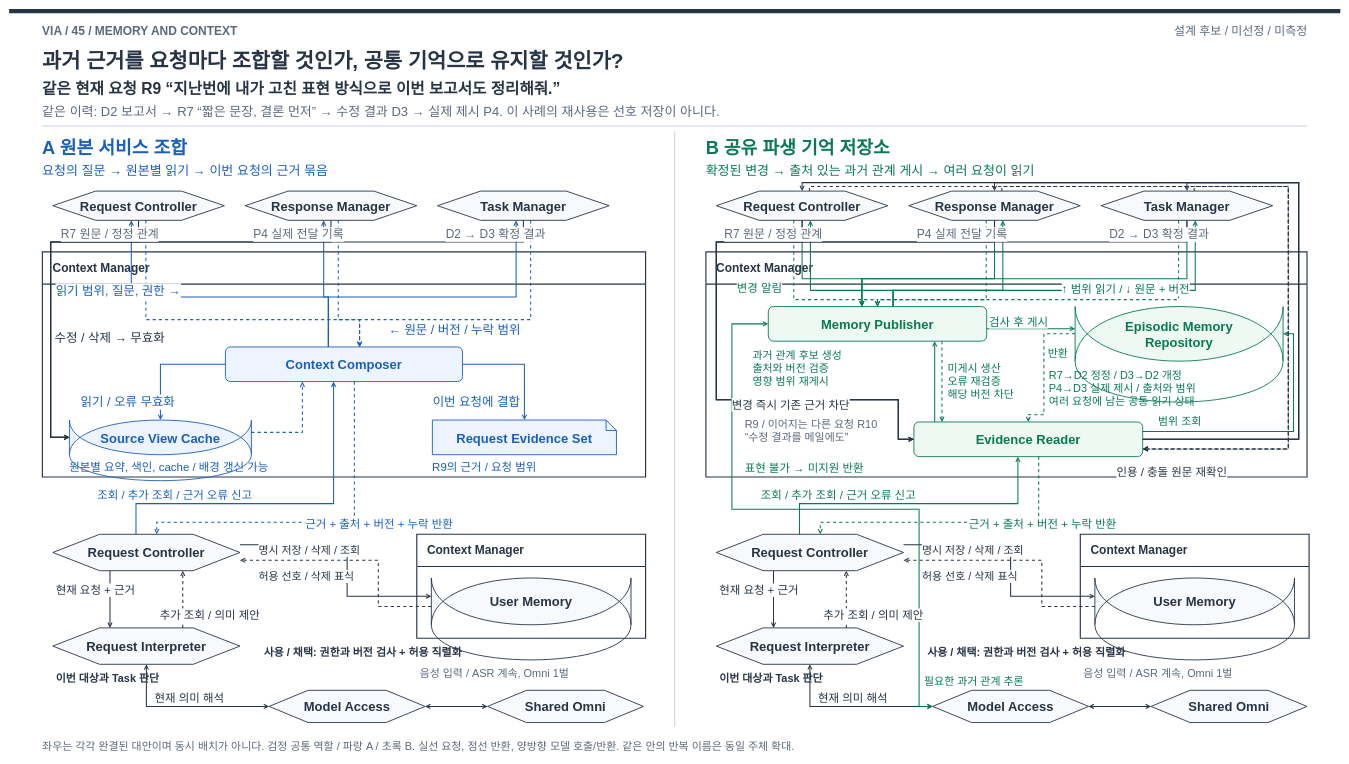
Earlier version of the draw.io diagram docs/architecture/12-decisions/decision-packages/diagrams/choice45-structure.drawio (cbyche/via-sw-architecture). Source tidied: cells renumbered, new cells numbered last; positions are measured from the earlier drawing's top-left corner, leaving out a move shared by most shapes. Both pictures are drawn from the tidied source at 52%, with x=0, y=0 at pixel (9, 9).
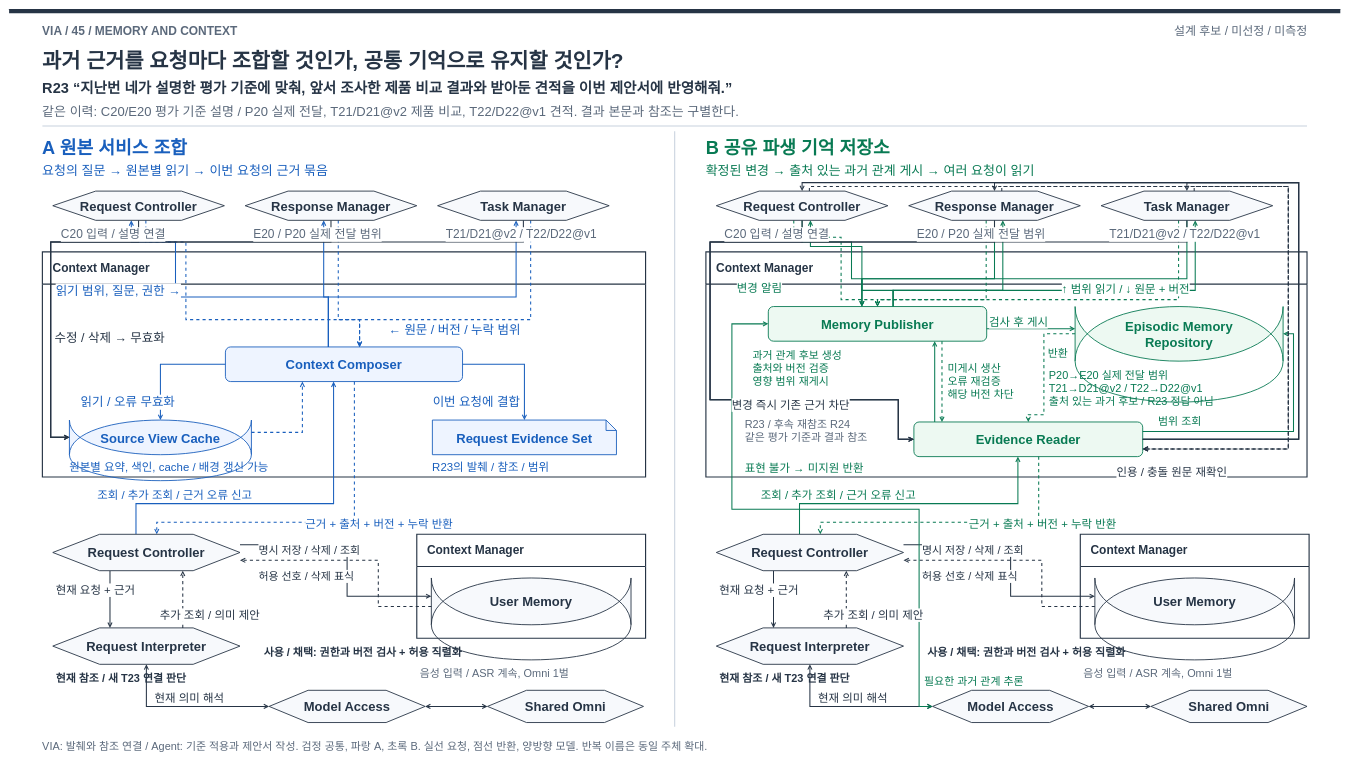
Above is the later version.

Unchanged cells that the change refers to:
```xml
<mxCell id="61" value="Request Controller" style="shape=hexagon;html=1;whiteSpace=wrap;align=center;verticalAlign=middle;fontSize=25;fontStyle=1;fillColor=#F7F9FC;strokeColor=#263445;fontColor=#263445;strokeWidth=1.7;" parent="1" vertex="1">
  <mxGeometry x="84" y="350" width="330" height="56.2" as="geometry" />
</mxCell>
<mxCell id="64" value="Request Controller" style="shape=hexagon;html=1;whiteSpace=wrap;align=center;verticalAlign=middle;fontSize=25;fontStyle=1;fillColor=#F7F9FC;strokeColor=#263445;fontColor=#263445;strokeWidth=1.7;" parent="1" vertex="1">
  <mxGeometry x="1360" y="350" width="330" height="56.2" as="geometry" />
</mxCell>
<mxCell id="65" value="Response Manager" style="shape=hexagon;html=1;whiteSpace=wrap;align=center;verticalAlign=middle;fontSize=25;fontStyle=1;fillColor=#F7F9FC;strokeColor=#263445;fontColor=#263445;strokeWidth=1.7;" parent="1" vertex="1">
  <mxGeometry x="1730" y="350" width="330" height="56.2" as="geometry" />
</mxCell>
<mxCell id="66" value="Task Manager" style="shape=hexagon;html=1;whiteSpace=wrap;align=center;verticalAlign=middle;fontSize=25;fontStyle=1;fillColor=#F7F9FC;strokeColor=#263445;fontColor=#263445;strokeWidth=1.7;" parent="1" vertex="1">
  <mxGeometry x="2100" y="350" width="330" height="56.2" as="geometry" />
</mxCell>
<mxCell id="67" value="Context Composer" style="rounded=1;arcSize=15;html=1;whiteSpace=wrap;align=center;verticalAlign=middle;fontSize=25;fontStyle=1;fillColor=#EEF4FF;strokeColor=#195FBD;fontColor=#195FBD;strokeWidth=1.7;" parent="3" vertex="1">
  <mxGeometry x="352" y="182.8" width="456" height="66.6" as="geometry" />
</mxCell>
<mxCell id="70" value="Memory Publisher" style="rounded=1;arcSize=15;html=1;whiteSpace=wrap;align=center;verticalAlign=middle;fontSize=25;fontStyle=1;fillColor=#EDF9F2;strokeColor=#087A53;fontColor=#087A53;strokeWidth=1.7;" parent="4" vertex="1">
  <mxGeometry x="120" y="105.1" width="420" height="66.6" as="geometry" />
</mxCell>
<mxCell id="72" value="Evidence Reader" style="rounded=1;arcSize=15;html=1;whiteSpace=wrap;align=center;verticalAlign=middle;fontSize=25;fontStyle=1;fillColor=#EDF9F2;strokeColor=#087A53;fontColor=#087A53;strokeWidth=1.7;" parent="4" vertex="1">
  <mxGeometry x="400" y="327.1" width="440" height="66.6" as="geometry" />
</mxCell>
```

The edit, as a diff of the source:
```diff
@@
     <mxCell id="8" style="edgeStyle=none;rounded=0;strokeColor=#195FBD;strokeWidth=2;endArrow=open;endFill=0;exitX=0.4342105263157895;exitY=0.0;exitPerimeter=0;entryX=0.4575757575757576;entryY=1.0000000000000002;entryPerimeter=0;" parent="1" edge="1" source="67" target="61">
       <mxGeometry relative="1" as="geometry">
         <Array as="points">
           <mxPoint x="614" y="553.5" />
-          <mxPoint x="235" y="553.5" />
+          <mxPoint x="320" y="553.5" />
+          <mxPoint x="320" y="447.7" />
+          <mxPoint x="235" y="447.7" />
         </Array>
       </mxGeometry>
     </mxCell>
     <mxCell id="9" style="edgeStyle=none;rounded=0;strokeColor=#195FBD;strokeWidth=2;endArrow=open;endFill=0;dashed=1;exitX=0.5424242424242425;exitY=1.0000000000000002;exitPerimeter=0;entryX=0.5657894736842105;entryY=0.0;entryPerimeter=0;" parent="1" edge="1" source="61" target="67">
       <mxGeometry relative="1" as="geometry">
         <Array as="points">
-          <mxPoint x="263" y="597.2" />
+          <mxPoint x="263" y="447.7" />
+          <mxPoint x="340" y="447.7" />
+          <mxPoint x="340" y="597.2" />
           <mxPoint x="674" y="597.2" />
         </Array>
       </mxGeometry>
     </mxCell>
@@
     <mxCell id="20" style="edgeStyle=none;rounded=0;strokeColor=#087A53;strokeWidth=2;endArrow=open;endFill=0;exitX=0.5;exitY=1.0000000000000002;exitPerimeter=0;entryX=0.42857142857142855;entryY=0.0;entryPerimeter=0;" parent="1" edge="1" source="64" target="70">
       <mxGeometry relative="1" as="geometry">
         <Array as="points">
-          <mxPoint x="1525" y="518.7" />
+          <mxPoint x="1525" y="447.7" />
+          <mxPoint x="1620" y="447.7" />
+          <mxPoint x="1620" y="518.7" />
           <mxPoint x="1640" y="518.7" />
         </Array>
       </mxGeometry>
     </mxCell>
     <mxCell id="21" style="edgeStyle=none;rounded=0;strokeColor=#087A53;strokeWidth=2;endArrow=open;endFill=0;exitX=0.5714285714285714;exitY=0.0;exitPerimeter=0;entryX=0.5484848484848485;entryY=1.0000000000000002;entryPerimeter=0;" parent="1" edge="1" source="70" target="64">
       <mxGeometry relative="1" as="geometry">
         <Array as="points">
           <mxPoint x="1700" y="540.9" />
-          <mxPoint x="1541" y="540.9" />
+          <mxPoint x="1640" y="540.9" />
+          <mxPoint x="1640" y="456.6" />
+          <mxPoint x="1541" y="456.6" />
         </Array>
       </mxGeometry>
     </mxCell>
     <mxCell id="22" style="edgeStyle=none;rounded=0;strokeColor=#087A53;strokeWidth=2;endArrow=open;endFill=0;dashed=1;exitX=0.45151515151515154;exitY=1.0000000000000002;exitPerimeter=0;entryX=0.5;entryY=0.0;entryPerimeter=0;" parent="1" edge="1" source="64" target="70">
       <mxGeometry relative="1" as="geometry">
         <Array as="points">
-          <mxPoint x="1509" y="558.7" />
+          <mxPoint x="1509" y="438.8" />
+          <mxPoint x="1600" y="438.8" />
+          <mxPoint x="1600" y="558.7" />
           <mxPoint x="1670" y="558.7" />
         </Array>
       </mxGeometry>
     </mxCell>
@@
     <mxCell id="40" style="edgeStyle=none;rounded=0;strokeColor=#263445;strokeWidth=2;endArrow=open;endFill=0;exitX=0.5;exitY=1.0000000000000002;exitPerimeter=0;entryX=0.0;entryY=0.49999999999999933;entryPerimeter=0;" parent="1" edge="1" source="64" target="72">
       <mxGeometry relative="1" as="geometry">
         <Array as="points">
           <mxPoint x="1525" y="447.7" />
-          <mxPoint x="1360" y="447.7" />
-          <mxPoint x="1360" y="751.1" />
+          <mxPoint x="1348" y="447.7" />
+          <mxPoint x="1348" y="751.1" />
           <mxPoint x="1710" y="751.1" />
           <mxPoint x="1710" y="827.3" />
         </Array>
       </mxGeometry>
     </mxCell>
     <mxCell id="41" style="edgeStyle=none;rounded=0;strokeColor=#263445;strokeWidth=2;endArrow=open;endFill=0;exitX=0.5;exitY=1.0000000000000002;exitPerimeter=0;entryX=0.0;entryY=0.49999999999999933;entryPerimeter=0;" parent="1" edge="1" source="65" target="72">
       <mxGeometry relative="1" as="geometry">
         <Array as="points">
           <mxPoint x="1895" y="447.7" />
-          <mxPoint x="1360" y="447.7" />
-          <mxPoint x="1360" y="751.1" />
+          <mxPoint x="1348" y="447.7" />
+          <mxPoint x="1348" y="751.1" />
           <mxPoint x="1710" y="751.1" />
           <mxPoint x="1710" y="827.3" />
         </Array>
       </mxGeometry>
     </mxCell>
     <mxCell id="42" style="edgeStyle=none;rounded=0;strokeColor=#263445;strokeWidth=2;endArrow=open;endFill=0;exitX=0.5;exitY=1.0000000000000002;exitPerimeter=0;entryX=0.0;entryY=0.49999999999999933;entryPerimeter=0;" parent="1" edge="1" source="66" target="72">
       <mxGeometry relative="1" as="geometry">
         <Array as="points">
           <mxPoint x="2265" y="447.7" />
-          <mxPoint x="1360" y="447.7" />
-          <mxPoint x="1360" y="751.1" />
+          <mxPoint x="1348" y="447.7" />
+          <mxPoint x="1348" y="751.1" />
           <mxPoint x="1710" y="751.1" />
           <mxPoint x="1710" y="827.3" />
         </Array>
       </mxGeometry>
     </mxCell>
@@
-    <mxCell id="86" value="같은 현재 요청 R9   “지난번에 내가 고친 표현 방식으로 이번 보고서도 정리해줘.”" style="text;html=1;whiteSpace=nowrap;overflow=visible;strokeColor=none;fillColor=none;labelBackgroundColor=none;fontColor=#263445;fontSize=30;fontStyle=1;align=left;verticalAlign=top;spacing=0;" parent="1" vertex="1">
-      <mxGeometry x="64" y="131" width="1242.8" height="46.5" as="geometry" />
+    <mxCell id="86" value="R23  “지난번 네가 설명한 평가 기준에 맞춰, 앞서 조사한 제품 비교 결과와 받아둔 견적을 이번 제안서에 반영해줘.”" style="text;html=1;whiteSpace=nowrap;overflow=visible;strokeColor=none;fillColor=none;labelBackgroundColor=none;fontColor=#263445;fontSize=28;fontStyle=1;align=left;verticalAlign=top;spacing=0;" parent="1" vertex="1">
+      <mxGeometry x="64" y="131" width="1628.6" height="43.8" as="geometry" />
     </mxCell>
-    <mxCell id="87" value="같은 이력: D2 보고서 → R7 “짧은 문장, 결론 먼저” → 수정 결과 D3 → 실제 제시 P4. 이 사례의 재사용은 선호 저장이 아니다." style="text;html=1;whiteSpace=nowrap;overflow=visible;strokeColor=none;fillColor=none;labelBackgroundColor=none;fontColor=#5B697B;fontSize=25;fontStyle=0;align=left;verticalAlign=top;spacing=0;" parent="1" vertex="1">
-      <mxGeometry x="64" y="178" width="1603" height="39.8" as="geometry" />
+    <mxCell id="87" value="같은 이력: C20/E20 평가 기준 설명 / P20 실제 전달, T21/D21@v2 제품 비교, T22/D22@v1 견적. 결과 본문과 참조는 구별한다." style="text;html=1;whiteSpace=nowrap;overflow=visible;strokeColor=none;fillColor=none;labelBackgroundColor=none;fontColor=#5B697B;fontSize=25;fontStyle=0;align=left;verticalAlign=top;spacing=0;" parent="1" vertex="1">
+      <mxGeometry x="64" y="178" width="1645" height="39.8" as="geometry" />
     </mxCell>
@@
-    <mxCell id="92" value="R7 원문 / 정정 관계" style="text;html=1;whiteSpace=nowrap;overflow=visible;strokeColor=none;fillColor=none;labelBackgroundColor=white;fontColor=#5B697B;fontSize=23;fontStyle=0;align=left;verticalAlign=top;spacing=0;" parent="1" vertex="1">
-      <mxGeometry x="100" y="415.1" width="245.8" height="37" as="geometry" />
+    <mxCell id="92" value="C20 입력 / 설명 연결" style="text;html=1;whiteSpace=nowrap;overflow=visible;strokeColor=none;fillColor=none;labelBackgroundColor=white;fontColor=#5B697B;fontSize=23;fontStyle=0;align=left;verticalAlign=top;spacing=0;" parent="1" vertex="1">
+      <mxGeometry x="100" y="415.1" width="260.1" height="37" as="geometry" />
     </mxCell>
-    <mxCell id="93" value="P4 실제 전달 기록" style="text;html=1;whiteSpace=nowrap;overflow=visible;strokeColor=none;fillColor=none;labelBackgroundColor=white;fontColor=#5B697B;fontSize=23;fontStyle=0;align=left;verticalAlign=top;spacing=0;" parent="1" vertex="1">
-      <mxGeometry x="470" y="415.1" width="217.3" height="37" as="geometry" />
+    <mxCell id="93" value="E20 / P20 실제 전달 범위" style="text;html=1;whiteSpace=nowrap;overflow=visible;strokeColor=none;fillColor=none;labelBackgroundColor=white;fontColor=#5B697B;fontSize=23;fontStyle=0;align=left;verticalAlign=top;spacing=0;" parent="1" vertex="1">
+      <mxGeometry x="470" y="415.1" width="317.1" height="37" as="geometry" />
     </mxCell>
-    <mxCell id="94" value="D2 → D3 확정 결과" style="text;html=1;whiteSpace=nowrap;overflow=visible;strokeColor=none;fillColor=none;labelBackgroundColor=white;fontColor=#5B697B;fontSize=23;fontStyle=0;align=left;verticalAlign=top;spacing=0;" parent="1" vertex="1">
-      <mxGeometry x="840" y="415.1" width="228.3" height="37" as="geometry" />
+    <mxCell id="94" value="T21/D21@v2 / T22/D22@v1" style="text;html=1;whiteSpace=nowrap;overflow=visible;strokeColor=none;fillColor=none;labelBackgroundColor=white;fontColor=#5B697B;fontSize=23;fontStyle=0;align=left;verticalAlign=top;spacing=0;" parent="1" vertex="1">
+      <mxGeometry x="840" y="415.1" width="336" height="37" as="geometry" />
     </mxCell>
-    <mxCell id="95" value="R7 원문 / 정정 관계" style="text;html=1;whiteSpace=nowrap;overflow=visible;strokeColor=none;fillColor=none;labelBackgroundColor=white;fontColor=#5B697B;fontSize=23;fontStyle=0;align=left;verticalAlign=top;spacing=0;" parent="1" vertex="1">
-      <mxGeometry x="1376" y="415.1" width="245.8" height="37" as="geometry" />
+    <mxCell id="95" value="C20 입력 / 설명 연결" style="text;html=1;whiteSpace=nowrap;overflow=visible;strokeColor=none;fillColor=none;labelBackgroundColor=white;fontColor=#5B697B;fontSize=23;fontStyle=0;align=left;verticalAlign=top;spacing=0;" parent="1" vertex="1">
+      <mxGeometry x="1376" y="415.1" width="260.1" height="37" as="geometry" />
     </mxCell>
-    <mxCell id="96" value="P4 실제 전달 기록" style="text;html=1;whiteSpace=nowrap;overflow=visible;strokeColor=none;fillColor=none;labelBackgroundColor=white;fontColor=#5B697B;fontSize=23;fontStyle=0;align=left;verticalAlign=top;spacing=0;" parent="1" vertex="1">
-      <mxGeometry x="1746" y="415.1" width="217.3" height="37" as="geometry" />
+    <mxCell id="96" value="E20 / P20 실제 전달 범위" style="text;html=1;whiteSpace=nowrap;overflow=visible;strokeColor=none;fillColor=none;labelBackgroundColor=white;fontColor=#5B697B;fontSize=23;fontStyle=0;align=left;verticalAlign=top;spacing=0;" parent="1" vertex="1">
+      <mxGeometry x="1746" y="415.1" width="317.1" height="37" as="geometry" />
     </mxCell>
-    <mxCell id="97" value="D2 → D3 확정 결과" style="text;html=1;whiteSpace=nowrap;overflow=visible;strokeColor=none;fillColor=none;labelBackgroundColor=white;fontColor=#5B697B;fontSize=23;fontStyle=0;align=left;verticalAlign=top;spacing=0;" parent="1" vertex="1">
-      <mxGeometry x="2116" y="415.1" width="228.3" height="37" as="geometry" />
+    <mxCell id="97" value="T21/D21@v2 / T22/D22@v1" style="text;html=1;whiteSpace=nowrap;overflow=visible;strokeColor=none;fillColor=none;labelBackgroundColor=white;fontColor=#5B697B;fontSize=23;fontStyle=0;align=left;verticalAlign=top;spacing=0;" parent="1" vertex="1">
+      <mxGeometry x="2116" y="415.1" width="336" height="37" as="geometry" />
     </mxCell>
@@
-    <mxCell id="103" value="R9의 근거 / 요청 범위" style="text;html=1;whiteSpace=nowrap;overflow=visible;strokeColor=none;fillColor=none;labelBackgroundColor=none;fontColor=#195FBD;fontSize=22;fontStyle=0;align=left;verticalAlign=top;spacing=0;" parent="1" vertex="1">
-      <mxGeometry x="814" y="863.6" width="257.5" height="31" as="geometry" />
+    <mxCell id="103" value="R23의 발췌 / 참조 / 범위" style="text;html=1;whiteSpace=nowrap;overflow=visible;strokeColor=none;fillColor=none;labelBackgroundColor=none;fontColor=#195FBD;fontSize=22;fontStyle=0;align=left;verticalAlign=top;spacing=0;" parent="1" vertex="1">
+      <mxGeometry x="814" y="863.6" width="298.4" height="31" as="geometry" />
     </mxCell>
@@
-    <mxCell id="108" value="R7→D2 정정 / D3→D2 개정&lt;br&gt;P4→D3 실제 제시 / 출처와 범위&lt;br&gt;여러 요청에 남는 공통 읽기 상태" style="text;html=1;whiteSpace=nowrap;overflow=visible;strokeColor=none;fillColor=none;labelBackgroundColor=none;fontColor=#087A53;fontSize=21;fontStyle=0;align=left;verticalAlign=top;spacing=0;" parent="1" vertex="1">
-      <mxGeometry x="2000" y="687" width="346.1" height="81" as="geometry" />
+    <mxCell id="108" value="P20→E20 실제 전달 범위&lt;br&gt;T21→D21@v2 / T22→D22@v1&lt;br&gt;출처 있는 과거 후보 / R23 정답 아님" style="text;html=1;whiteSpace=nowrap;overflow=visible;strokeColor=none;fillColor=none;labelBackgroundColor=none;fontColor=#087A53;fontSize=21;fontStyle=0;align=left;verticalAlign=top;spacing=0;" parent="1" vertex="1">
+      <mxGeometry x="2000" y="687" width="403.2" height="81" as="geometry" />
     </mxCell>
@@
-    <mxCell id="113" value="R9 / 이어지는 다른 요청 R10&lt;br&gt;“수정 결과를 메일에도”" style="text;html=1;whiteSpace=nowrap;overflow=visible;strokeColor=none;fillColor=none;labelBackgroundColor=none;fontColor=#5B697B;fontSize=21;fontStyle=0;align=left;verticalAlign=top;spacing=0;" parent="1" vertex="1">
-      <mxGeometry x="1415" y="780.7" width="319.2" height="54" as="geometry" />
+    <mxCell id="113" value="R23 / 후속 재참조 R24&lt;br&gt;같은 평가 기준과 결과 참조" style="text;html=1;whiteSpace=nowrap;overflow=visible;strokeColor=none;fillColor=none;labelBackgroundColor=none;fontColor=#5B697B;fontSize=21;fontStyle=0;align=left;verticalAlign=top;spacing=0;" parent="1" vertex="1">
+      <mxGeometry x="1415" y="780.7" width="291.1" height="54" as="geometry" />
     </mxCell>
@@
-    <mxCell id="124" value="이번 대상과 Task 판단" style="text;html=1;whiteSpace=nowrap;overflow=visible;strokeColor=none;fillColor=none;labelBackgroundColor=none;fontColor=#263445;fontSize=21;fontStyle=1;align=left;verticalAlign=top;spacing=0;" parent="1" vertex="1">
-      <mxGeometry x="90" y="1270" width="246.1" height="34.4" as="geometry" />
+    <mxCell id="124" value="현재 참조 / 새 T23 연결 판단" style="text;html=1;whiteSpace=nowrap;overflow=visible;strokeColor=none;fillColor=none;labelBackgroundColor=none;fontColor=#263445;fontSize=21;fontStyle=1;align=left;verticalAlign=top;spacing=0;" parent="1" vertex="1">
+      <mxGeometry x="90" y="1270" width="327.2" height="34.4" as="geometry" />
     </mxCell>
@@
-    <mxCell id="134" value="이번 대상과 Task 판단" style="text;html=1;whiteSpace=nowrap;overflow=visible;strokeColor=none;fillColor=none;labelBackgroundColor=none;fontColor=#263445;fontSize=21;fontStyle=1;align=left;verticalAlign=top;spacing=0;" parent="1" vertex="1">
-      <mxGeometry x="1366" y="1270" width="246.1" height="34.4" as="geometry" />
+    <mxCell id="134" value="현재 참조 / 새 T23 연결 판단" style="text;html=1;whiteSpace=nowrap;overflow=visible;strokeColor=none;fillColor=none;labelBackgroundColor=none;fontColor=#263445;fontSize=21;fontStyle=1;align=left;verticalAlign=top;spacing=0;" parent="1" vertex="1">
+      <mxGeometry x="1366" y="1270" width="327.2" height="34.4" as="geometry" />
     </mxCell>
@@
-    <mxCell id="138" value="좌우는 각각 완결된 대안이며 동시 배치가 아니다. 검정 공통 역할 / 파랑 A / 초록 B. 실선 요청, 점선 반환, 양방향 모델 호출/반환. 같은 안의 반복 이름은 동일 주체 확대." style="text;html=1;whiteSpace=nowrap;overflow=visible;strokeColor=none;fillColor=none;labelBackgroundColor=none;fontColor=#5B697B;fontSize=21;fontStyle=0;align=left;verticalAlign=top;spacing=0;" parent="1" vertex="1">
-      <mxGeometry x="64" y="1400" width="1830.8" height="34.4" as="geometry" />
+    <mxCell id="138" value="VIA: 발췌와 참조 연결 / Agent: 기준 적용과 제안서 작성. 검정 공통, 파랑 A, 초록 B. 실선 요청, 점선 반환, 양방향 모델. 반복 이름은 동일 주체 확대." style="text;html=1;whiteSpace=nowrap;overflow=visible;strokeColor=none;fillColor=none;labelBackgroundColor=none;fontColor=#5B697B;fontSize=21;fontStyle=0;align=left;verticalAlign=top;spacing=0;" parent="1" vertex="1">
+      <mxGeometry x="64" y="1400" width="1648.9" height="34.4" as="geometry" />
     </mxCell>
```
